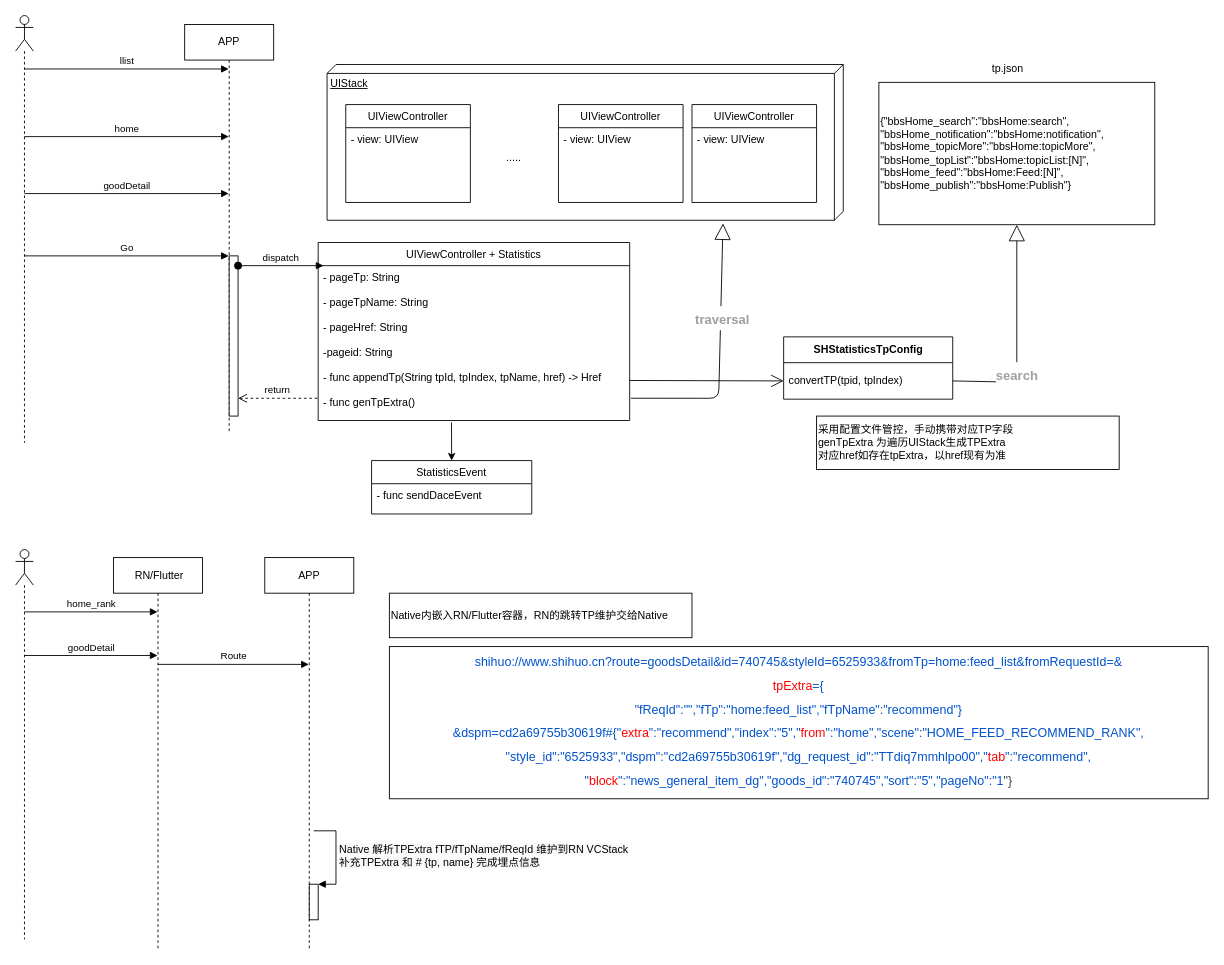
aiquantong/Hero keeps this draw.io diagram as iOS埋点设计.drawio. Above is the earlier version. Source tidied: cells renumbered, new cells numbered last; positions are measured from the earlier drawing's top-left corner, leaving out a move shared by most shapes. Both pictures are drawn from the tidied source at 89%, with x=0, y=0 at pixel (15, 15).
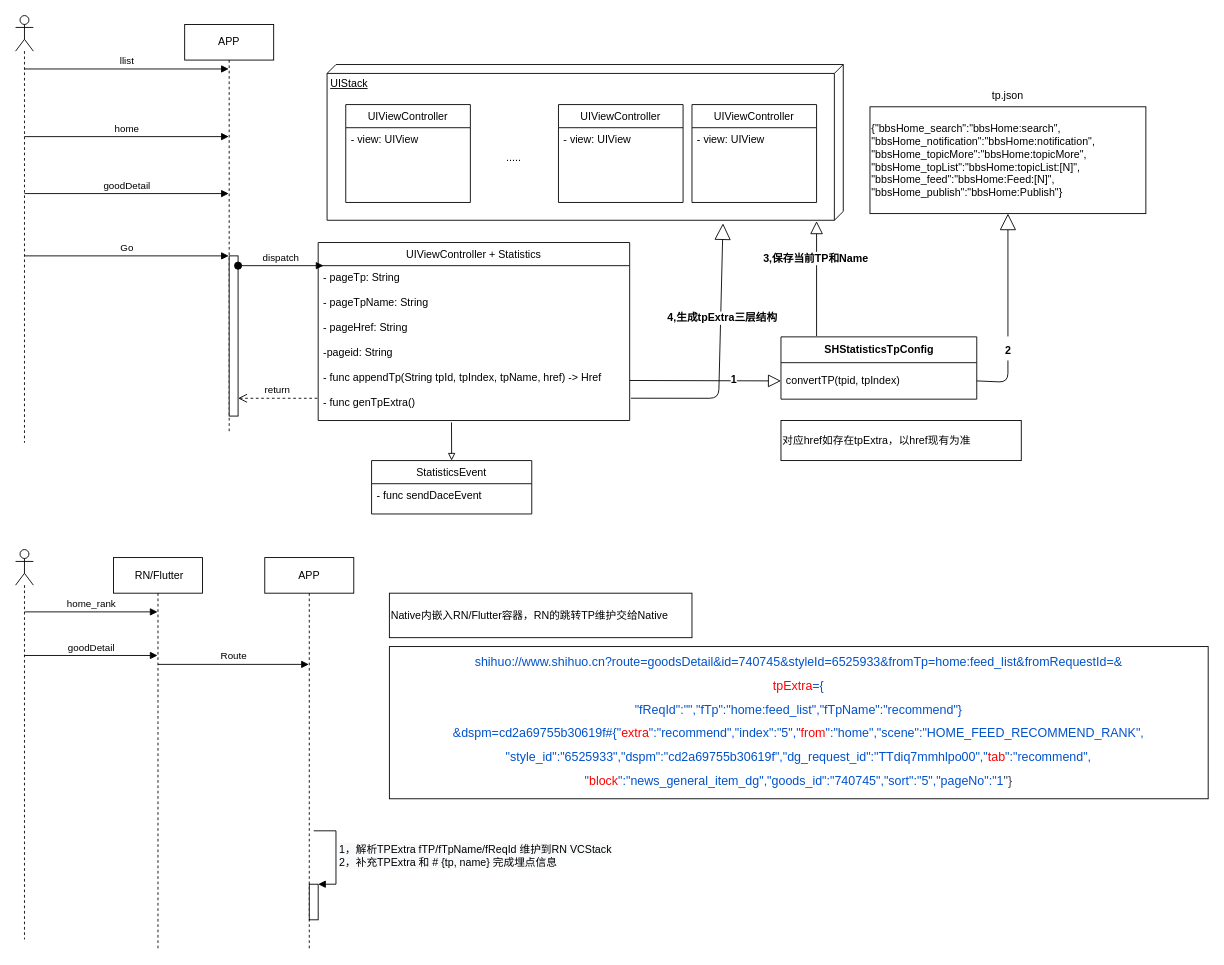
The same page after the edit.

Unchanged cells that the change refers to:
```xml
<mxCell id="2" value="UIStack" style="verticalAlign=top;align=left;spacingTop=8;spacingLeft=2;spacingRight=12;shape=cube;size=10;direction=south;fontStyle=4;html=1;" parent="1" vertex="1">
  <mxGeometry x="350" y="55" width="580" height="175" as="geometry" />
</mxCell>
<mxCell id="6" value="- pageTp: String&#10;&#10;- pageTpName: String&#10;&#10;- pageHref: String&#10;&#10;-pageid: String&#10;&#10;- func appendTp(String tpId, tpIndex, tpName, href) -&gt; Href&#10;&#10;- func genTpExtra()&#10;" style="text;strokeColor=none;fillColor=none;align=left;verticalAlign=top;spacingLeft=4;spacingRight=4;overflow=hidden;points=[[0,0.5],[1,0.5]];portConstraint=eastwest;" parent="5" vertex="1">
  <mxGeometry y="26" width="350" height="174" as="geometry" />
</mxCell>
<mxCell id="20" value="StatisticsEvent" style="swimlane;fontStyle=0;horizontal=1;startSize=26;fillColor=none;" parent="1" vertex="1">
  <mxGeometry x="400" y="500" width="180" height="60" as="geometry" />
</mxCell>
<mxCell id="32" value="APP" style="shape=umlLifeline;perimeter=lifelinePerimeter;whiteSpace=wrap;html=1;outlineConnect=0;" parent="1" vertex="1">
  <mxGeometry x="280" y="609" width="100" height="440" as="geometry" />
</mxCell>
<mxCell id="33" style="html=1;points=[];perimeter=orthogonalPerimeter;" parent="32" vertex="1">
  <mxGeometry x="50" y="367" width="10" height="40" as="geometry" />
</mxCell>
```

The edit, as a diff of the source:
```diff
@@
-    <mxCell id="22" style="endArrow=classic;html=1;exitX=0.428;exitY=1.012;exitDx=0;exitDy=0;exitPerimeter=0;entryX=0.5;entryY=0;entryDx=0;entryDy=0;" parent="1" edge="1" source="6" target="20">
+    <mxCell id="22" style="endArrow=block;html=1;exitX=0.428;exitY=1.012;exitDx=0;exitDy=0;exitPerimeter=0;entryX=0.5;entryY=0;entryDx=0;entryDy=0;endFill=0;" parent="1" edge="1" source="6" target="20">
       <mxGeometry relative="1" as="geometry" />
     </mxCell>
-    <mxCell id="23" value="&lt;h1 id=&quot;titleHeading&quot; style=&quot;margin: 0px ; background-position: 0px 0px&quot;&gt;&lt;font color=&quot;#a09fa0&quot; face=&quot;helvetica, lucida grande, lucida, verdana, sans-serif&quot;&gt;&lt;span style=&quot;font-size: 14.6667px&quot;&gt;traversal&lt;/span&gt;&lt;/font&gt;&lt;br&gt;&lt;/h1&gt;" style="endArrow=block;endSize=16;endFill=0;html=1;exitX=1.004;exitY=0.856;exitDx=0;exitDy=0;exitPerimeter=0;entryX=1.02;entryY=0.233;entryDx=0;entryDy=0;entryPerimeter=0;" parent="1" edge="1" source="6" target="2">
+    <mxCell id="23" value="&lt;font face=&quot;helvetica, lucida grande, lucida, verdana, sans-serif&quot;&gt;&lt;span style=&quot;font-size: 12px&quot;&gt;&lt;b&gt;4,生成tpExtra三层结构&lt;/b&gt;&lt;/span&gt;&lt;/font&gt;" style="endArrow=block;endSize=16;endFill=0;html=1;exitX=1.004;exitY=0.856;exitDx=0;exitDy=0;exitPerimeter=0;entryX=1.02;entryY=0.233;entryDx=0;entryDy=0;entryPerimeter=0;" parent="1" edge="1" source="6" target="2">
       <mxGeometry x="0.28" y="-2" relative="1" as="geometry">
         <Array as="points">
           <mxPoint x="790" y="430" />
         </Array>
       </mxGeometry>
     </mxCell>
-    <mxCell id="24" value="&lt;span&gt;采用配置文件管控，手动携带对应TP字段&lt;br&gt;&lt;/span&gt;&lt;span&gt;genTpExtra 为遍历UIStack生成TPExtra&lt;br&gt;&lt;/span&gt;&lt;span&gt;对应href如存在tpExtra，以href现有为准&lt;br&gt;&lt;/span&gt;" style="rounded=0;whiteSpace=wrap;html=1;align=left;" parent="1" vertex="1">
-      <mxGeometry x="900" y="450" width="340" height="60" as="geometry" />
+    <mxCell id="24" value="&lt;span&gt;对应href如存在tpExtra，以href现有为准&lt;br&gt;&lt;/span&gt;" style="rounded=0;whiteSpace=wrap;html=1;align=left;" parent="1" vertex="1">
+      <mxGeometry x="860" y="455" width="270" height="45" as="geometry" />
     </mxCell>
@@
     <mxCell id="26" value="{&quot;bbsHome_search&quot;:&quot;bbsHome:search&quot;,&lt;br&gt;&quot;bbsHome_notification&quot;:&quot;bbsHome:notification&quot;,&lt;br&gt;&quot;bbsHome_topicMore&quot;:&quot;bbsHome:topicMore&quot;,&lt;br&gt;&quot;bbsHome_topList&quot;:&quot;bbsHome:topicList:[N]&quot;,&lt;br&gt;&quot;bbsHome_feed&quot;:&quot;bbsHome:Feed:[N]&quot;,&lt;br&gt;&quot;bbsHome_publish&quot;:&quot;bbsHome:Publish&quot;}" style="rounded=0;whiteSpace=wrap;html=1;align=left;" parent="1" vertex="1">
-      <mxGeometry x="970" y="75" width="310" height="160" as="geometry" />
+      <mxGeometry x="960" y="102.5" width="310" height="120" as="geometry" />
     </mxCell>
-    <mxCell id="27" value="&lt;h1 id=&quot;titleHeading&quot; style=&quot;margin: 0px ; background-position: 0px 0px&quot;&gt;&lt;font color=&quot;#a09fa0&quot; face=&quot;helvetica, lucida grande, lucida, verdana, sans-serif&quot;&gt;&lt;span style=&quot;font-size: 14.6667px&quot;&gt;search&lt;/span&gt;&lt;/font&gt;&lt;/h1&gt;" style="endArrow=block;endSize=16;endFill=0;html=1;entryX=0.5;entryY=1;entryDx=0;entryDy=0;exitX=1;exitY=0.5;exitDx=0;exitDy=0;" parent="1" edge="1" source="39" target="26">
+    <mxCell id="27" value="&lt;h1 id=&quot;titleHeading&quot; style=&quot;margin: 0px ; background-position: 0px 0px&quot;&gt;&lt;font face=&quot;helvetica, lucida grande, lucida, verdana, sans-serif&quot; style=&quot;font-size: 12px&quot;&gt;2&lt;/font&gt;&lt;/h1&gt;" style="endArrow=block;endSize=16;endFill=0;html=1;entryX=0.5;entryY=1;entryDx=0;entryDy=0;exitX=1;exitY=0.5;exitDx=0;exitDy=0;" parent="1" edge="1" source="39" target="26">
       <mxGeometry x="-0.35" relative="1" as="geometry">
         <Array as="points">
-          <mxPoint x="1125" y="412" />
+          <mxPoint x="1115" y="412" />
         </Array>
       </mxGeometry>
     </mxCell>
     <mxCell id="28" value="tp.json" style="text;html=1;strokeColor=none;fillColor=none;align=center;verticalAlign=middle;whiteSpace=wrap;rounded=0;" parent="1" vertex="1">
-      <mxGeometry x="1090" y="50" width="50" height="20" as="geometry" />
+      <mxGeometry x="1090" y="80" width="50" height="20" as="geometry" />
     </mxCell>
@@
-    <mxCell id="34" value="&lt;span style=&quot;font-size: 12px ; background-color: rgb(248 , 249 , 250)&quot;&gt;Native 解析TPExtra fTP/fTpName/fReqId 维护到RN VCStack&lt;/span&gt;&lt;br style=&quot;font-size: 12px ; background-color: rgb(248 , 249 , 250)&quot;&gt;&lt;span style=&quot;font-size: 12px ; background-color: rgb(248 , 249 , 250)&quot;&gt;补充TPExtra 和 # {tp, name} 完成埋点信息&lt;/span&gt;" style="edgeStyle=orthogonalEdgeStyle;html=1;align=left;spacingLeft=2;endArrow=block;rounded=0;entryX=1;entryY=0;" parent="32" edge="1" target="33">
+    <mxCell id="34" value="&lt;span style=&quot;font-size: 12px ; background-color: rgb(248 , 249 , 250)&quot;&gt;1，解析TPExtra fTP/fTpName/fReqId 维护到RN VCStack&lt;/span&gt;&lt;br style=&quot;font-size: 12px ; background-color: rgb(248 , 249 , 250)&quot;&gt;&lt;span style=&quot;font-size: 12px ; background-color: rgb(248 , 249 , 250)&quot;&gt;2，补充TPExtra 和 # {tp, name} 完成埋点信息&lt;/span&gt;" style="edgeStyle=orthogonalEdgeStyle;html=1;align=left;spacingLeft=2;endArrow=block;rounded=0;entryX=1;entryY=0;" parent="32" edge="1" target="33">
       <mxGeometry relative="1" as="geometry">
         <mxPoint x="55" y="307" as="sourcePoint" />
         <Array as="points">
           <mxPoint x="55" y="307" />
           <mxPoint x="80" y="307" />
           <mxPoint x="80" y="367" />
         </Array>
       </mxGeometry>
     </mxCell>
@@
     <mxCell id="38" value="SHStatisticsTpConfig" style="swimlane;fontStyle=1;align=center;verticalAlign=middle;horizontal=1;startSize=29;html=1;" parent="1" vertex="1">
-      <mxGeometry x="863" y="361" width="190" height="70" as="geometry" />
+      <mxGeometry x="860" y="361" width="220" height="70" as="geometry" />
     </mxCell>
     <mxCell id="39" value="convertTP(tpid, tpIndex)" style="text;html=1;strokeColor=none;fillColor=none;align=left;verticalAlign=middle;spacingLeft=4;spacingRight=4;overflow=hidden;points=[[0,0.5],[1,0.5]];portConstraint=eastwest;" parent="38" vertex="1">
-      <mxGeometry y="29" width="190" height="41" as="geometry" />
+      <mxGeometry y="29" width="220" height="41" as="geometry" />
     </mxCell>
-    <mxCell id="40" style="endArrow=open;endFill=1;endSize=12;html=1;entryX=0;entryY=0.5;entryDx=0;entryDy=0;" parent="1" edge="1" target="39">
+    <mxCell id="40" style="endArrow=block;endFill=0;endSize=12;html=1;entryX=0;entryY=0.5;entryDx=0;entryDy=0;" parent="1" edge="1" target="39">
       <mxGeometry relative="1" as="geometry">
         <mxPoint x="690" y="410" as="sourcePoint" />
       </mxGeometry>
     </mxCell>
+    <mxCell id="42" value="1" style="edgeLabel;html=1;align=center;verticalAlign=middle;fontSize=12;fontStyle=1;" parent="40" vertex="1">
+      <mxGeometry x="0.36" y="2" relative="1" as="geometry" />
+    </mxCell>
@@
+    <mxCell id="43" style="endArrow=block;endFill=0;endSize=12;html=1;" parent="1" edge="1">
+      <mxGeometry relative="1" as="geometry">
+        <mxPoint x="900" y="360" as="sourcePoint" />
+        <mxPoint x="900" y="231" as="targetPoint" />
+      </mxGeometry>
+    </mxCell>
+    <mxCell id="44" value="3,保存当前TP和Name" style="edgeLabel;html=1;align=center;verticalAlign=middle;fontSize=12;fontStyle=1;" parent="43" vertex="1">
+      <mxGeometry x="0.36" y="2" relative="1" as="geometry" />
+    </mxCell>
```
